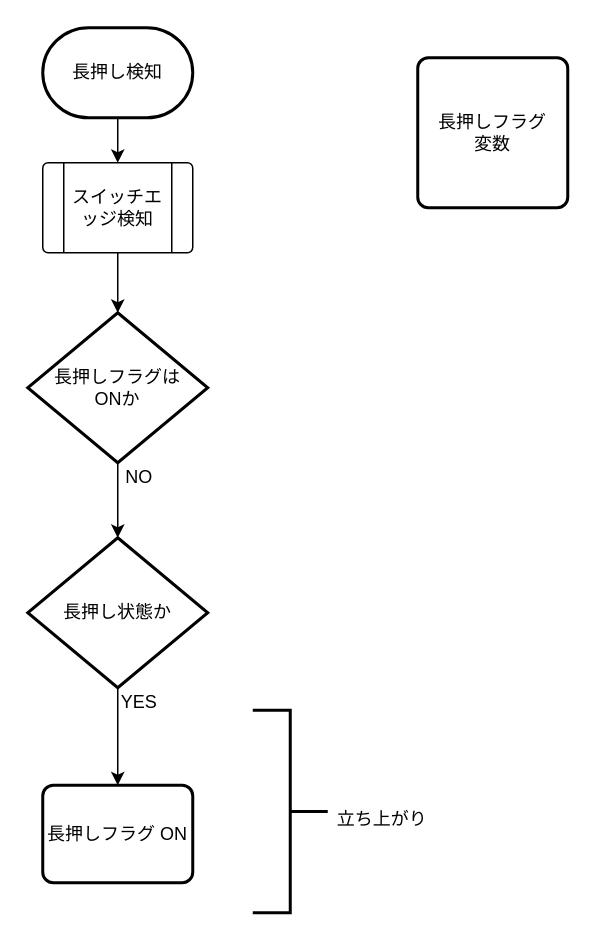
Before: page "長押し検知" (5 of 9) of 資料/設計/フローチャート/InputClass/flowchart_InputClassv0.3.drawio in hakohumi/comp.Kitchen_Timer, a draw.io diagram. Source tidied: cells renumbered, new cells numbered last; positions are measured from the earlier drawing's top-left corner, leaving out a move shared by most shapes. Both pictures are drawn from the tidied source at 150%, with x=0, y=0 at pixel (27, 27).
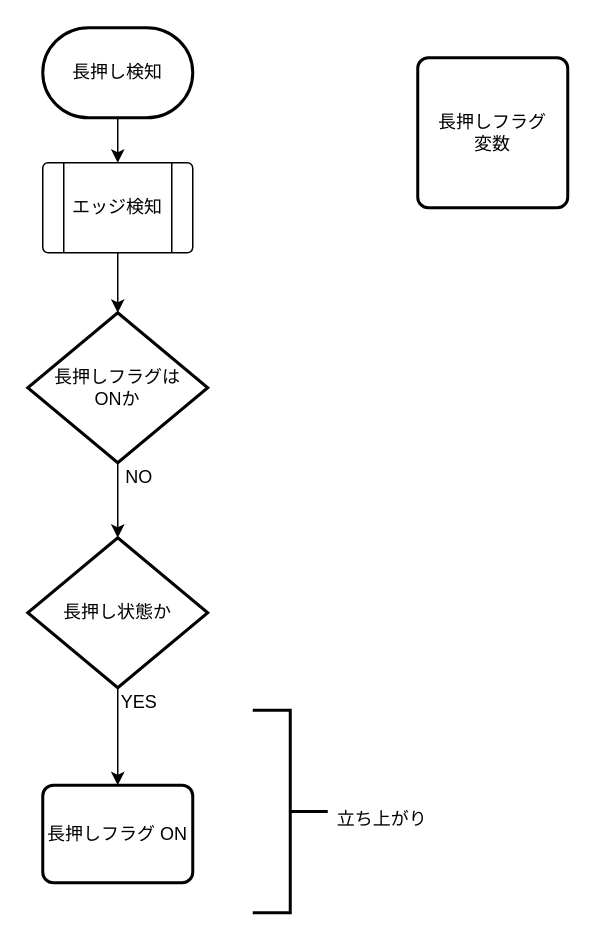
Above is the later version.

Change to the diagram source:
```diff
@@
 <mxGraphModel>
   <root>
     <mxCell id="0" />
     <mxCell id="1" parent="0" />
     <mxCell id="2" style="edgeStyle=orthogonalEdgeStyle;rounded=0;jettySize=auto;html=1;" parent="1" edge="1" source="3" target="7">
       <mxGeometry relative="1" as="geometry" />
     </mxCell>
     <mxCell id="3" value="長押し検知" style="strokeWidth=2;html=1;shape=mxgraph.flowchart.terminator;whiteSpace=wrap;" parent="1" vertex="1">
       <mxGeometry x="10" width="100" height="60" as="geometry" />
     </mxCell>
     <mxCell id="4" style="edgeStyle=orthogonalEdgeStyle;rounded=0;jettySize=auto;html=1;" parent="1" edge="1" source="5" target="10">
       <mxGeometry relative="1" as="geometry" />
     </mxCell>
     <mxCell id="5" value="長押しフラグは&lt;br&gt;ONか" style="strokeWidth=2;html=1;shape=mxgraph.flowchart.decision;whiteSpace=wrap;" parent="1" vertex="1">
       <mxGeometry y="190" width="120" height="100" as="geometry" />
     </mxCell>
     <mxCell id="6" style="edgeStyle=orthogonalEdgeStyle;rounded=0;jettySize=auto;html=1;" parent="1" edge="1" source="7" target="5">
       <mxGeometry relative="1" as="geometry" />
     </mxCell>
-    <mxCell id="7" value="スイッチエッジ検知" style="verticalLabelPosition=middle;verticalAlign=middle;html=1;shape=process;whiteSpace=wrap;rounded=1;size=0.14;arcSize=6;labelPosition=center;align=center;" parent="1" vertex="1">
+    <mxCell id="7" value="エッジ検知" style="verticalLabelPosition=middle;verticalAlign=middle;html=1;shape=process;whiteSpace=wrap;rounded=1;size=0.14;arcSize=6;labelPosition=center;align=center;" parent="1" vertex="1">
       <mxGeometry x="10" y="90" width="100" height="60" as="geometry" />
     </mxCell>
     <mxCell id="8" value="長押しフラグ&lt;br&gt;変数" style="rounded=1;whiteSpace=wrap;html=1;absoluteArcSize=1;arcSize=14;strokeWidth=2;" parent="1" vertex="1">
       <mxGeometry x="260" y="20" width="100" height="100" as="geometry" />
     </mxCell>
     <mxCell id="9" style="edgeStyle=orthogonalEdgeStyle;rounded=0;jettySize=auto;html=1;" parent="1" edge="1" source="10" target="12">
       <mxGeometry relative="1" as="geometry" />
     </mxCell>
     <mxCell id="10" value="長押し状態か" style="strokeWidth=2;html=1;shape=mxgraph.flowchart.decision;whiteSpace=wrap;" parent="1" vertex="1">
       <mxGeometry y="340" width="120" height="100" as="geometry" />
     </mxCell>
     <mxCell id="11" value="NO" style="text;html=1;align=center;verticalAlign=middle;" parent="1" vertex="1">
       <mxGeometry x="59" y="290" width="30" height="20" as="geometry" />
     </mxCell>
     <mxCell id="12" value="長押しフラグ ON" style="rounded=1;whiteSpace=wrap;html=1;absoluteArcSize=1;arcSize=14;strokeWidth=2;" parent="1" vertex="1">
       <mxGeometry x="10" y="505" width="100" height="65" as="geometry" />
     </mxCell>
     <mxCell id="13" value="YES" style="text;html=1;align=center;verticalAlign=middle;" parent="1" vertex="1">
       <mxGeometry x="54" y="440" width="40" height="20" as="geometry" />
     </mxCell>
     <mxCell id="14" style="strokeWidth=2;html=1;shape=mxgraph.flowchart.annotation_2;align=left;labelPosition=right;rotation=-180;" parent="1" vertex="1">
       <mxGeometry x="150" y="455" width="50" height="135" as="geometry" />
     </mxCell>
     <mxCell id="15" value="立ち上がり" style="text;html=1;align=center;verticalAlign=middle;" parent="1" vertex="1">
       <mxGeometry x="196" y="518" width="80" height="20" as="geometry" />
     </mxCell>
   </root>
 </mxGraphModel>
```
